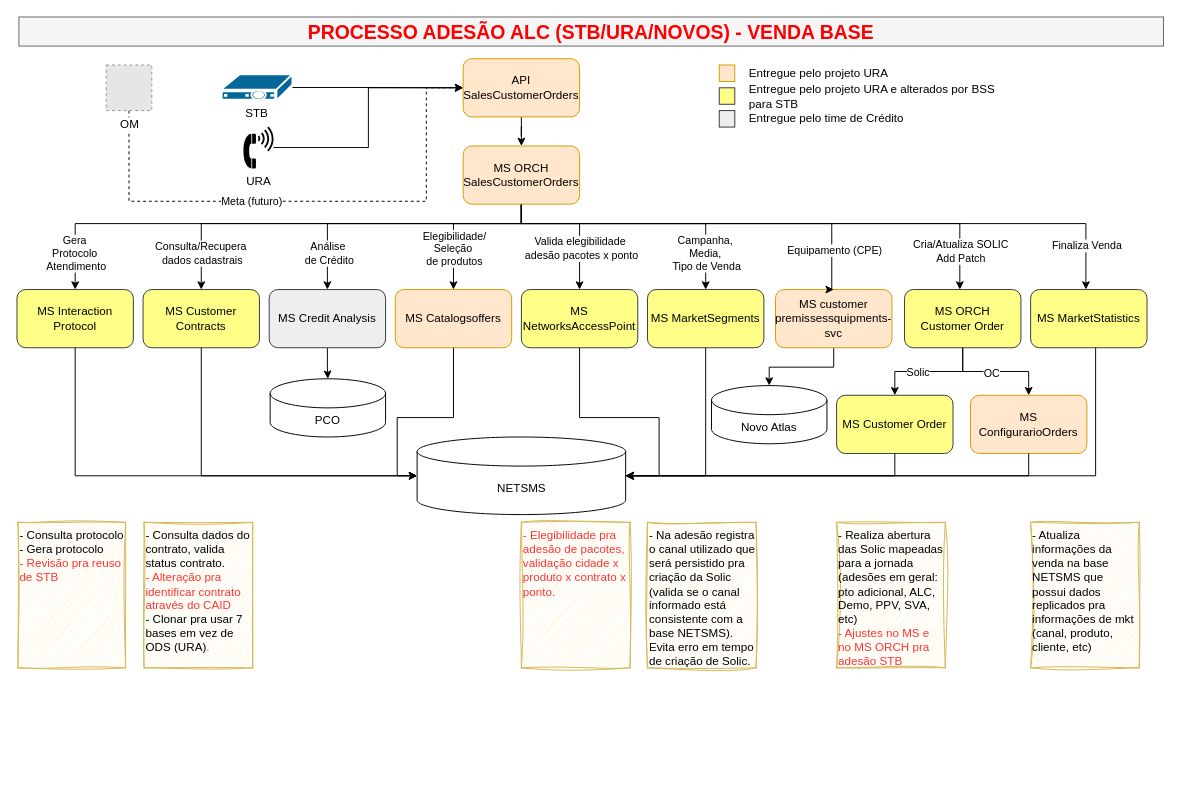
Above: page "v4" (4 of 4) of 119216 - Chamada de crédito para vendas através de controle remoto.drawio in samirali/ClaroBrasil (draw.io), before the change. Source tidied: cells renumbered, new cells numbered last; positions are measured from the earlier drawing's top-left corner, leaving out a move shared by most shapes. Both pictures are drawn from the tidied source at 97%, with x=0, y=0 at pixel (16, 16). Pictures stored in the file or linked from it are replaced by grey dashed boxes.
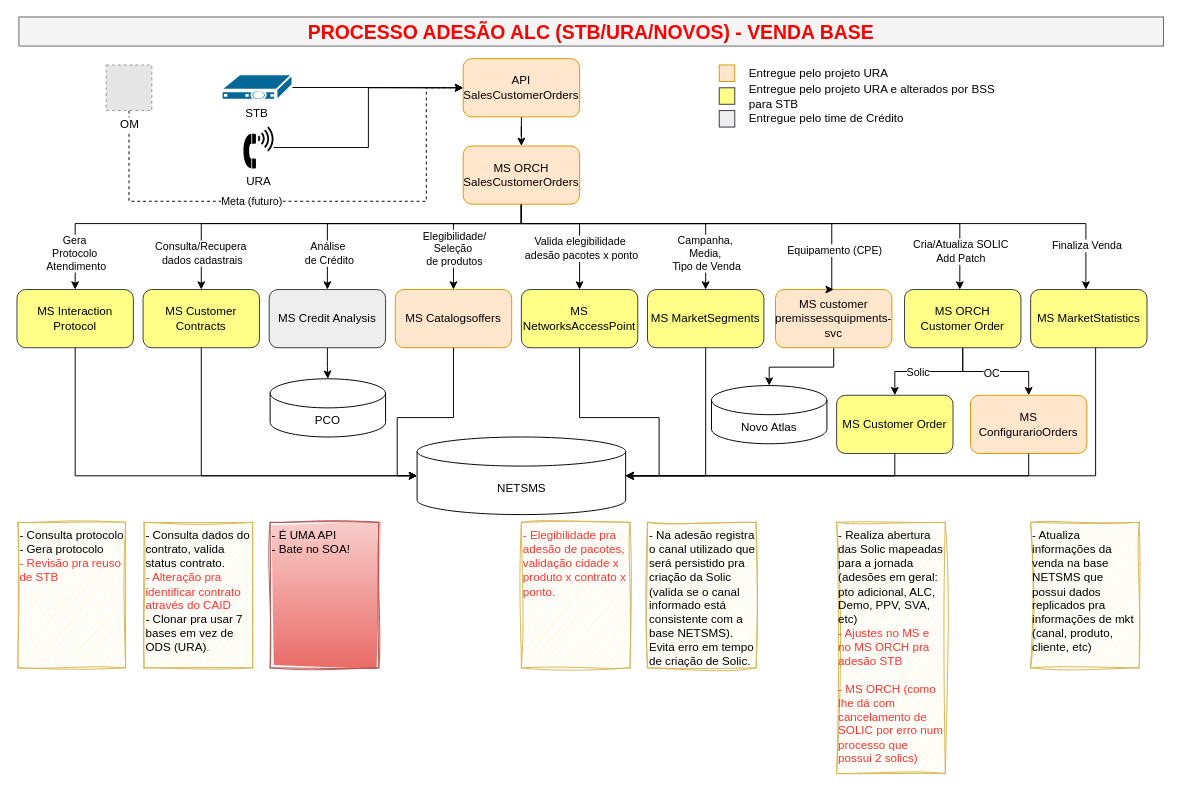
The same page after the edit.

The edit, as a diff of the source:
```diff
@@
-    <mxCell id="59" value="- Realiza abertura das Solic mapeadas para a jornada (adesões em geral: pto adicional, ALC, Demo, PPV, SVA, etc)&lt;div&gt;&lt;font style=&quot;color: rgb(255, 51, 51);&quot;&gt;- Ajustes no MS e no MS ORCH pra adesão STB&lt;/font&gt;&lt;/div&gt;" style="text;html=1;align=left;verticalAlign=top;whiteSpace=wrap;rounded=0;strokeColor=#d6b656;fillColor=#fff2cc;sketch=1;curveFitting=1;jiggle=2;" parent="1" vertex="1">
-      <mxGeometry x="845" y="521" width="112" height="150" as="geometry" />
+    <mxCell id="59" value="- Realiza abertura das Solic mapeadas para a jornada (adesões em geral: pto adicional, ALC, Demo, PPV, SVA, etc)&lt;div&gt;&lt;font style=&quot;color: rgb(255, 51, 51);&quot;&gt;- Ajustes no MS e no MS ORCH pra adesão STB&lt;/font&gt;&lt;/div&gt;&lt;div&gt;&lt;font style=&quot;color: rgb(255, 51, 51);&quot;&gt;&lt;br&gt;&lt;/font&gt;&lt;/div&gt;&lt;div&gt;&lt;font style=&quot;color: rgb(255, 51, 51);&quot;&gt;- MS ORCH (como lhe dá com cancelamento de SOLIC por erro num processo que possui 2 solics)&lt;/font&gt;&lt;/div&gt;" style="text;html=1;align=left;verticalAlign=top;whiteSpace=wrap;rounded=0;strokeColor=#d6b656;fillColor=#fff2cc;sketch=1;curveFitting=1;jiggle=2;" parent="1" vertex="1">
+      <mxGeometry x="845" y="521" width="112" height="259" as="geometry" />
     </mxCell>
@@
+    <mxCell id="71" value="- É UMA API&lt;div&gt;- Bate no SOA!&lt;/div&gt;" style="text;html=1;align=left;verticalAlign=top;whiteSpace=wrap;rounded=0;strokeColor=#b85450;fillColor=#f8cecc;sketch=1;curveFitting=1;jiggle=2;gradientColor=#ea6b66;" parent="1" vertex="1">
+      <mxGeometry x="261" y="521" width="112" height="150" as="geometry" />
+    </mxCell>
```
